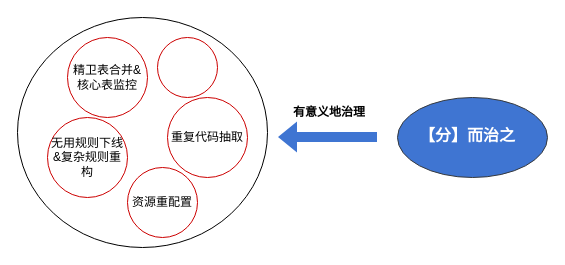
Above: pl治理.drawio in mineminemine123/work-wiki (draw.io), before the change. Source tidied: cells renumbered, new cells numbered last; positions are measured from the earlier drawing's top-left corner, leaving out a move shared by most shapes. Both pictures are drawn from the tidied source at 100%, with x=0, y=0 at pixel (17, 17).
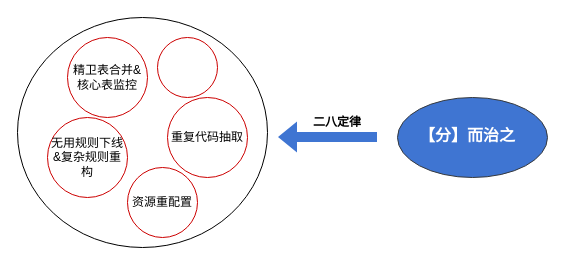
Above is the later version.

What changed in the source:
```diff
@@
 <mxGraphModel>
   <root>
     <mxCell id="0" />
     <mxCell id="1" parent="0" />
     <mxCell id="2" style="shape=flexArrow;endArrow=classic;html=1;rounded=0;strokeColor=none;fillColor=#3F75D2;" parent="1" edge="1">
       <mxGeometry relative="1" as="geometry">
         <mxPoint x="360" y="119.5" as="sourcePoint" />
         <mxPoint x="260" y="119.5" as="targetPoint" />
       </mxGeometry>
     </mxCell>
     <mxCell id="3" style="ellipse;whiteSpace=wrap;html=1;strokeColor=#36393d;fillColor=light-dark(#3F75D2,#2B82DA);" parent="1" vertex="1">
       <mxGeometry x="380" y="80" width="150" height="80" as="geometry" />
     </mxCell>
     <mxCell id="4" value="&lt;font style=&quot;color: rgb(255, 255, 255); font-size: 16px;&quot;&gt;&lt;b&gt;【分】而治之&lt;/b&gt;&lt;/font&gt;" style="text;html=1;align=center;verticalAlign=middle;whiteSpace=wrap;rounded=0;" parent="1" vertex="1">
       <mxGeometry x="400" y="100" width="100" height="35" as="geometry" />
     </mxCell>
     <mxCell id="5" style="ellipse;whiteSpace=wrap;html=1;" parent="1" vertex="1">
       <mxGeometry width="250" height="230" as="geometry" />
     </mxCell>
     <mxCell id="6" value="&lt;div&gt;&lt;div class=&quot;old-record-id-XWXkdjbSToSbAaxWngFc1ZIonQe&quot;&gt;精卫表合并&amp;amp;核心表监控&lt;/div&gt;&lt;/div&gt;&lt;span class=&quot;lark-record-clipboard&quot; data-lark-record-data=&quot;{&amp;quot;rootId&amp;quot;:&amp;quot;ChRIdA0hZobBU5xymgpcbbGHnzd&amp;quot;,&amp;quot;text&amp;quot;:{&amp;quot;initialAttributedTexts&amp;quot;:{&amp;quot;text&amp;quot;:{&amp;quot;0&amp;quot;:&amp;quot;精卫表合并&amp;amp;核心表监控&amp;quot;},&amp;quot;attribs&amp;quot;:{&amp;quot;0&amp;quot;:&amp;quot;*0+b&amp;quot;}},&amp;quot;apool&amp;quot;:{&amp;quot;numToAttrib&amp;quot;:{&amp;quot;0&amp;quot;:[&amp;quot;author&amp;quot;,&amp;quot;6789052697665437964&amp;quot;]},&amp;quot;nextNum&amp;quot;:1}},&amp;quot;type&amp;quot;:&amp;quot;text&amp;quot;,&amp;quot;referenceRecordMap&amp;quot;:{},&amp;quot;extra&amp;quot;:{&amp;quot;channel&amp;quot;:&amp;quot;saas&amp;quot;,&amp;quot;pasteRandomId&amp;quot;:&amp;quot;1d12fe56-909d-4299-86d8-354a4d4ec832&amp;quot;,&amp;quot;mention_page_title&amp;quot;:{},&amp;quot;external_mention_url&amp;quot;:{}},&amp;quot;isKeepQuoteContainer&amp;quot;:false,&amp;quot;isFromCode&amp;quot;:false,&amp;quot;selection&amp;quot;:[{&amp;quot;id&amp;quot;:256,&amp;quot;type&amp;quot;:&amp;quot;text&amp;quot;,&amp;quot;selection&amp;quot;:{&amp;quot;start&amp;quot;:0,&amp;quot;end&amp;quot;:11},&amp;quot;recordId&amp;quot;:&amp;quot;XWXkdjbSToSbAaxWngFc1ZIonQe&amp;quot;}],&amp;quot;payloadMap&amp;quot;:{},&amp;quot;isCut&amp;quot;:false}&quot;&gt;&lt;/span&gt;" style="ellipse;whiteSpace=wrap;html=1;strokeColor=#CC0000;" parent="1" vertex="1">
       <mxGeometry x="50" y="20" width="80" height="80" as="geometry" />
     </mxCell>
     <mxCell id="7" value="&lt;div&gt;&lt;div class=&quot;old-record-id-XWXkdjbSToSbAaxWngFc1ZIonQe&quot;&gt;&lt;div&gt;&lt;div class=&quot;old-record-id-XWXkdjbSToSbAaxWngFc1ZIonQe&quot;&gt;无用规则下线&amp;amp;复杂规则重构&lt;/div&gt;&lt;/div&gt;&lt;span class=&quot;lark-record-clipboard&quot; data-lark-record-data=&quot;{&amp;quot;rootId&amp;quot;:&amp;quot;ChRIdA0hZobBU5xymgpcbbGHnzd&amp;quot;,&amp;quot;text&amp;quot;:{&amp;quot;initialAttributedTexts&amp;quot;:{&amp;quot;text&amp;quot;:{&amp;quot;0&amp;quot;:&amp;quot;无用规则下线&amp;amp;复杂规则重构&amp;quot;},&amp;quot;attribs&amp;quot;:{&amp;quot;0&amp;quot;:&amp;quot;*0+d&amp;quot;}},&amp;quot;apool&amp;quot;:{&amp;quot;numToAttrib&amp;quot;:{&amp;quot;0&amp;quot;:[&amp;quot;author&amp;quot;,&amp;quot;6789052697665437964&amp;quot;]},&amp;quot;nextNum&amp;quot;:1}},&amp;quot;type&amp;quot;:&amp;quot;text&amp;quot;,&amp;quot;referenceRecordMap&amp;quot;:{},&amp;quot;extra&amp;quot;:{&amp;quot;channel&amp;quot;:&amp;quot;saas&amp;quot;,&amp;quot;pasteRandomId&amp;quot;:&amp;quot;5cdd5dfd-b43b-46cd-955d-e5122e08f436&amp;quot;,&amp;quot;mention_page_title&amp;quot;:{},&amp;quot;external_mention_url&amp;quot;:{}},&amp;quot;isKeepQuoteContainer&amp;quot;:false,&amp;quot;isFromCode&amp;quot;:false,&amp;quot;selection&amp;quot;:[{&amp;quot;id&amp;quot;:256,&amp;quot;type&amp;quot;:&amp;quot;text&amp;quot;,&amp;quot;selection&amp;quot;:{&amp;quot;start&amp;quot;:14,&amp;quot;end&amp;quot;:27},&amp;quot;recordId&amp;quot;:&amp;quot;XWXkdjbSToSbAaxWngFc1ZIonQe&amp;quot;}],&amp;quot;payloadMap&amp;quot;:{},&amp;quot;isCut&amp;quot;:false}&quot;&gt;&lt;/span&gt;&lt;/div&gt;&lt;/div&gt;&lt;span class=&quot;lark-record-clipboard&quot; data-lark-record-data=&quot;{&amp;quot;rootId&amp;quot;:&amp;quot;ChRIdA0hZobBU5xymgpcbbGHnzd&amp;quot;,&amp;quot;text&amp;quot;:{&amp;quot;initialAttributedTexts&amp;quot;:{&amp;quot;text&amp;quot;:{&amp;quot;0&amp;quot;:&amp;quot;精卫表合并&amp;amp;核心表监控&amp;quot;},&amp;quot;attribs&amp;quot;:{&amp;quot;0&amp;quot;:&amp;quot;*0+b&amp;quot;}},&amp;quot;apool&amp;quot;:{&amp;quot;numToAttrib&amp;quot;:{&amp;quot;0&amp;quot;:[&amp;quot;author&amp;quot;,&amp;quot;6789052697665437964&amp;quot;]},&amp;quot;nextNum&amp;quot;:1}},&amp;quot;type&amp;quot;:&amp;quot;text&amp;quot;,&amp;quot;referenceRecordMap&amp;quot;:{},&amp;quot;extra&amp;quot;:{&amp;quot;channel&amp;quot;:&amp;quot;saas&amp;quot;,&amp;quot;pasteRandomId&amp;quot;:&amp;quot;1d12fe56-909d-4299-86d8-354a4d4ec832&amp;quot;,&amp;quot;mention_page_title&amp;quot;:{},&amp;quot;external_mention_url&amp;quot;:{}},&amp;quot;isKeepQuoteContainer&amp;quot;:false,&amp;quot;isFromCode&amp;quot;:false,&amp;quot;selection&amp;quot;:[{&amp;quot;id&amp;quot;:256,&amp;quot;type&amp;quot;:&amp;quot;text&amp;quot;,&amp;quot;selection&amp;quot;:{&amp;quot;start&amp;quot;:0,&amp;quot;end&amp;quot;:11},&amp;quot;recordId&amp;quot;:&amp;quot;XWXkdjbSToSbAaxWngFc1ZIonQe&amp;quot;}],&amp;quot;payloadMap&amp;quot;:{},&amp;quot;isCut&amp;quot;:false}&quot;&gt;&lt;/span&gt;" style="ellipse;whiteSpace=wrap;html=1;strokeColor=#CC0000;" parent="1" vertex="1">
       <mxGeometry x="30" y="100" width="80" height="80" as="geometry" />
     </mxCell>
     <mxCell id="8" value="&lt;div&gt;&lt;div class=&quot;old-record-id-XWXkdjbSToSbAaxWngFc1ZIonQe&quot;&gt;&lt;div&gt;&lt;div class=&quot;old-record-id-XWXkdjbSToSbAaxWngFc1ZIonQe&quot;&gt;&lt;div&gt;&lt;div class=&quot;old-record-id-XWXkdjbSToSbAaxWngFc1ZIonQe&quot;&gt;重复代码抽取&lt;/div&gt;&lt;/div&gt;&lt;span class=&quot;lark-record-clipboard&quot; data-lark-record-data=&quot;{&amp;quot;rootId&amp;quot;:&amp;quot;ChRIdA0hZobBU5xymgpcbbGHnzd&amp;quot;,&amp;quot;text&amp;quot;:{&amp;quot;initialAttributedTexts&amp;quot;:{&amp;quot;text&amp;quot;:{&amp;quot;0&amp;quot;:&amp;quot;复用代码抽取&amp;quot;},&amp;quot;attribs&amp;quot;:{&amp;quot;0&amp;quot;:&amp;quot;*0+6&amp;quot;}},&amp;quot;apool&amp;quot;:{&amp;quot;numToAttrib&amp;quot;:{&amp;quot;0&amp;quot;:[&amp;quot;author&amp;quot;,&amp;quot;6789052697665437964&amp;quot;]},&amp;quot;nextNum&amp;quot;:1}},&amp;quot;type&amp;quot;:&amp;quot;text&amp;quot;,&amp;quot;referenceRecordMap&amp;quot;:{},&amp;quot;extra&amp;quot;:{&amp;quot;channel&amp;quot;:&amp;quot;saas&amp;quot;,&amp;quot;pasteRandomId&amp;quot;:&amp;quot;e9fa6218-35b4-4a9d-a9d8-3d668199a75c&amp;quot;,&amp;quot;mention_page_title&amp;quot;:{},&amp;quot;external_mention_url&amp;quot;:{}},&amp;quot;isKeepQuoteContainer&amp;quot;:false,&amp;quot;isFromCode&amp;quot;:false,&amp;quot;selection&amp;quot;:[{&amp;quot;id&amp;quot;:256,&amp;quot;type&amp;quot;:&amp;quot;text&amp;quot;,&amp;quot;selection&amp;quot;:{&amp;quot;start&amp;quot;:30,&amp;quot;end&amp;quot;:36},&amp;quot;recordId&amp;quot;:&amp;quot;XWXkdjbSToSbAaxWngFc1ZIonQe&amp;quot;}],&amp;quot;payloadMap&amp;quot;:{},&amp;quot;isCut&amp;quot;:false}&quot;&gt;&lt;/span&gt;&lt;/div&gt;&lt;/div&gt;&lt;span class=&quot;lark-record-clipboard&quot; data-lark-record-data=&quot;{&amp;quot;rootId&amp;quot;:&amp;quot;ChRIdA0hZobBU5xymgpcbbGHnzd&amp;quot;,&amp;quot;text&amp;quot;:{&amp;quot;initialAttributedTexts&amp;quot;:{&amp;quot;text&amp;quot;:{&amp;quot;0&amp;quot;:&amp;quot;无用规则下线&amp;amp;复杂规则重构&amp;quot;},&amp;quot;attribs&amp;quot;:{&amp;quot;0&amp;quot;:&amp;quot;*0+d&amp;quot;}},&amp;quot;apool&amp;quot;:{&amp;quot;numToAttrib&amp;quot;:{&amp;quot;0&amp;quot;:[&amp;quot;author&amp;quot;,&amp;quot;6789052697665437964&amp;quot;]},&amp;quot;nextNum&amp;quot;:1}},&amp;quot;type&amp;quot;:&amp;quot;text&amp;quot;,&amp;quot;referenceRecordMap&amp;quot;:{},&amp;quot;extra&amp;quot;:{&amp;quot;channel&amp;quot;:&amp;quot;saas&amp;quot;,&amp;quot;pasteRandomId&amp;quot;:&amp;quot;5cdd5dfd-b43b-46cd-955d-e5122e08f436&amp;quot;,&amp;quot;mention_page_title&amp;quot;:{},&amp;quot;external_mention_url&amp;quot;:{}},&amp;quot;isKeepQuoteContainer&amp;quot;:false,&amp;quot;isFromCode&amp;quot;:false,&amp;quot;selection&amp;quot;:[{&amp;quot;id&amp;quot;:256,&amp;quot;type&amp;quot;:&amp;quot;text&amp;quot;,&amp;quot;selection&amp;quot;:{&amp;quot;start&amp;quot;:14,&amp;quot;end&amp;quot;:27},&amp;quot;recordId&amp;quot;:&amp;quot;XWXkdjbSToSbAaxWngFc1ZIonQe&amp;quot;}],&amp;quot;payloadMap&amp;quot;:{},&amp;quot;isCut&amp;quot;:false}&quot;&gt;&lt;/span&gt;&lt;/div&gt;&lt;/div&gt;&lt;span class=&quot;lark-record-clipboard&quot; data-lark-record-data=&quot;{&amp;quot;rootId&amp;quot;:&amp;quot;ChRIdA0hZobBU5xymgpcbbGHnzd&amp;quot;,&amp;quot;text&amp;quot;:{&amp;quot;initialAttributedTexts&amp;quot;:{&amp;quot;text&amp;quot;:{&amp;quot;0&amp;quot;:&amp;quot;精卫表合并&amp;amp;核心表监控&amp;quot;},&amp;quot;attribs&amp;quot;:{&amp;quot;0&amp;quot;:&amp;quot;*0+b&amp;quot;}},&amp;quot;apool&amp;quot;:{&amp;quot;numToAttrib&amp;quot;:{&amp;quot;0&amp;quot;:[&amp;quot;author&amp;quot;,&amp;quot;6789052697665437964&amp;quot;]},&amp;quot;nextNum&amp;quot;:1}},&amp;quot;type&amp;quot;:&amp;quot;text&amp;quot;,&amp;quot;referenceRecordMap&amp;quot;:{},&amp;quot;extra&amp;quot;:{&amp;quot;channel&amp;quot;:&amp;quot;saas&amp;quot;,&amp;quot;pasteRandomId&amp;quot;:&amp;quot;1d12fe56-909d-4299-86d8-354a4d4ec832&amp;quot;,&amp;quot;mention_page_title&amp;quot;:{},&amp;quot;external_mention_url&amp;quot;:{}},&amp;quot;isKeepQuoteContainer&amp;quot;:false,&amp;quot;isFromCode&amp;quot;:false,&amp;quot;selection&amp;quot;:[{&amp;quot;id&amp;quot;:256,&amp;quot;type&amp;quot;:&amp;quot;text&amp;quot;,&amp;quot;selection&amp;quot;:{&amp;quot;start&amp;quot;:0,&amp;quot;end&amp;quot;:11},&amp;quot;recordId&amp;quot;:&amp;quot;XWXkdjbSToSbAaxWngFc1ZIonQe&amp;quot;}],&amp;quot;payloadMap&amp;quot;:{},&amp;quot;isCut&amp;quot;:false}&quot;&gt;&lt;/span&gt;" style="ellipse;whiteSpace=wrap;html=1;strokeColor=#CC0000;" parent="1" vertex="1">
       <mxGeometry x="150" y="80" width="80" height="80" as="geometry" />
     </mxCell>
     <mxCell id="9" value="&lt;div&gt;&lt;div class=&quot;old-record-id-XWXkdjbSToSbAaxWngFc1ZIonQe&quot;&gt;&lt;div&gt;&lt;div class=&quot;old-record-id-XWXkdjbSToSbAaxWngFc1ZIonQe&quot;&gt;&lt;div&gt;&lt;div class=&quot;old-record-id-XWXkdjbSToSbAaxWngFc1ZIonQe&quot;&gt;&lt;div&gt;&lt;div class=&quot;old-record-id-XWXkdjbSToSbAaxWngFc1ZIonQe&quot;&gt;资源重配置&lt;/div&gt;&lt;/div&gt;&lt;span class=&quot;lark-record-clipboard&quot; data-lark-record-data=&quot;{&amp;quot;rootId&amp;quot;:&amp;quot;ChRIdA0hZobBU5xymgpcbbGHnzd&amp;quot;,&amp;quot;text&amp;quot;:{&amp;quot;initialAttributedTexts&amp;quot;:{&amp;quot;text&amp;quot;:{&amp;quot;0&amp;quot;:&amp;quot;资源重配置&amp;quot;},&amp;quot;attribs&amp;quot;:{&amp;quot;0&amp;quot;:&amp;quot;*0+5&amp;quot;}},&amp;quot;apool&amp;quot;:{&amp;quot;numToAttrib&amp;quot;:{&amp;quot;0&amp;quot;:[&amp;quot;author&amp;quot;,&amp;quot;6789052697665437964&amp;quot;]},&amp;quot;nextNum&amp;quot;:1}},&amp;quot;type&amp;quot;:&amp;quot;text&amp;quot;,&amp;quot;referenceRecordMap&amp;quot;:{},&amp;quot;extra&amp;quot;:{&amp;quot;channel&amp;quot;:&amp;quot;saas&amp;quot;,&amp;quot;pasteRandomId&amp;quot;:&amp;quot;1291db8a-156d-451d-92f8-595e6074ff26&amp;quot;,&amp;quot;mention_page_title&amp;quot;:{},&amp;quot;external_mention_url&amp;quot;:{}},&amp;quot;isKeepQuoteContainer&amp;quot;:false,&amp;quot;isFromCode&amp;quot;:false,&amp;quot;selection&amp;quot;:[{&amp;quot;id&amp;quot;:256,&amp;quot;type&amp;quot;:&amp;quot;text&amp;quot;,&amp;quot;selection&amp;quot;:{&amp;quot;start&amp;quot;:39,&amp;quot;end&amp;quot;:44},&amp;quot;recordId&amp;quot;:&amp;quot;XWXkdjbSToSbAaxWngFc1ZIonQe&amp;quot;}],&amp;quot;payloadMap&amp;quot;:{},&amp;quot;isCut&amp;quot;:false}&quot;&gt;&lt;/span&gt;&lt;/div&gt;&lt;/div&gt;&lt;span class=&quot;lark-record-clipboard&quot; data-lark-record-data=&quot;{&amp;quot;rootId&amp;quot;:&amp;quot;ChRIdA0hZobBU5xymgpcbbGHnzd&amp;quot;,&amp;quot;text&amp;quot;:{&amp;quot;initialAttributedTexts&amp;quot;:{&amp;quot;text&amp;quot;:{&amp;quot;0&amp;quot;:&amp;quot;复用代码抽取&amp;quot;},&amp;quot;attribs&amp;quot;:{&amp;quot;0&amp;quot;:&amp;quot;*0+6&amp;quot;}},&amp;quot;apool&amp;quot;:{&amp;quot;numToAttrib&amp;quot;:{&amp;quot;0&amp;quot;:[&amp;quot;author&amp;quot;,&amp;quot;6789052697665437964&amp;quot;]},&amp;quot;nextNum&amp;quot;:1}},&amp;quot;type&amp;quot;:&amp;quot;text&amp;quot;,&amp;quot;referenceRecordMap&amp;quot;:{},&amp;quot;extra&amp;quot;:{&amp;quot;channel&amp;quot;:&amp;quot;saas&amp;quot;,&amp;quot;pasteRandomId&amp;quot;:&amp;quot;e9fa6218-35b4-4a9d-a9d8-3d668199a75c&amp;quot;,&amp;quot;mention_page_title&amp;quot;:{},&amp;quot;external_mention_url&amp;quot;:{}},&amp;quot;isKeepQuoteContainer&amp;quot;:false,&amp;quot;isFromCode&amp;quot;:false,&amp;quot;selection&amp;quot;:[{&amp;quot;id&amp;quot;:256,&amp;quot;type&amp;quot;:&amp;quot;text&amp;quot;,&amp;quot;selection&amp;quot;:{&amp;quot;start&amp;quot;:30,&amp;quot;end&amp;quot;:36},&amp;quot;recordId&amp;quot;:&amp;quot;XWXkdjbSToSbAaxWngFc1ZIonQe&amp;quot;}],&amp;quot;payloadMap&amp;quot;:{},&amp;quot;isCut&amp;quot;:false}&quot;&gt;&lt;/span&gt;&lt;/div&gt;&lt;/div&gt;&lt;span class=&quot;lark-record-clipboard&quot; data-lark-record-data=&quot;{&amp;quot;rootId&amp;quot;:&amp;quot;ChRIdA0hZobBU5xymgpcbbGHnzd&amp;quot;,&amp;quot;text&amp;quot;:{&amp;quot;initialAttributedTexts&amp;quot;:{&amp;quot;text&amp;quot;:{&amp;quot;0&amp;quot;:&amp;quot;无用规则下线&amp;amp;复杂规则重构&amp;quot;},&amp;quot;attribs&amp;quot;:{&amp;quot;0&amp;quot;:&amp;quot;*0+d&amp;quot;}},&amp;quot;apool&amp;quot;:{&amp;quot;numToAttrib&amp;quot;:{&amp;quot;0&amp;quot;:[&amp;quot;author&amp;quot;,&amp;quot;6789052697665437964&amp;quot;]},&amp;quot;nextNum&amp;quot;:1}},&amp;quot;type&amp;quot;:&amp;quot;text&amp;quot;,&amp;quot;referenceRecordMap&amp;quot;:{},&amp;quot;extra&amp;quot;:{&amp;quot;channel&amp;quot;:&amp;quot;saas&amp;quot;,&amp;quot;pasteRandomId&amp;quot;:&amp;quot;5cdd5dfd-b43b-46cd-955d-e5122e08f436&amp;quot;,&amp;quot;mention_page_title&amp;quot;:{},&amp;quot;external_mention_url&amp;quot;:{}},&amp;quot;isKeepQuoteContainer&amp;quot;:false,&amp;quot;isFromCode&amp;quot;:false,&amp;quot;selection&amp;quot;:[{&amp;quot;id&amp;quot;:256,&amp;quot;type&amp;quot;:&amp;quot;text&amp;quot;,&amp;quot;selection&amp;quot;:{&amp;quot;start&amp;quot;:14,&amp;quot;end&amp;quot;:27},&amp;quot;recordId&amp;quot;:&amp;quot;XWXkdjbSToSbAaxWngFc1ZIonQe&amp;quot;}],&amp;quot;payloadMap&amp;quot;:{},&amp;quot;isCut&amp;quot;:false}&quot;&gt;&lt;/span&gt;&lt;/div&gt;&lt;/div&gt;&lt;span class=&quot;lark-record-clipboard&quot; data-lark-record-data=&quot;{&amp;quot;rootId&amp;quot;:&amp;quot;ChRIdA0hZobBU5xymgpcbbGHnzd&amp;quot;,&amp;quot;text&amp;quot;:{&amp;quot;initialAttributedTexts&amp;quot;:{&amp;quot;text&amp;quot;:{&amp;quot;0&amp;quot;:&amp;quot;精卫表合并&amp;amp;核心表监控&amp;quot;},&amp;quot;attribs&amp;quot;:{&amp;quot;0&amp;quot;:&amp;quot;*0+b&amp;quot;}},&amp;quot;apool&amp;quot;:{&amp;quot;numToAttrib&amp;quot;:{&amp;quot;0&amp;quot;:[&amp;quot;author&amp;quot;,&amp;quot;6789052697665437964&amp;quot;]},&amp;quot;nextNum&amp;quot;:1}},&amp;quot;type&amp;quot;:&amp;quot;text&amp;quot;,&amp;quot;referenceRecordMap&amp;quot;:{},&amp;quot;extra&amp;quot;:{&amp;quot;channel&amp;quot;:&amp;quot;saas&amp;quot;,&amp;quot;pasteRandomId&amp;quot;:&amp;quot;1d12fe56-909d-4299-86d8-354a4d4ec832&amp;quot;,&amp;quot;mention_page_title&amp;quot;:{},&amp;quot;external_mention_url&amp;quot;:{}},&amp;quot;isKeepQuoteContainer&amp;quot;:false,&amp;quot;isFromCode&amp;quot;:false,&amp;quot;selection&amp;quot;:[{&amp;quot;id&amp;quot;:256,&amp;quot;type&amp;quot;:&amp;quot;text&amp;quot;,&amp;quot;selection&amp;quot;:{&amp;quot;start&amp;quot;:0,&amp;quot;end&amp;quot;:11},&amp;quot;recordId&amp;quot;:&amp;quot;XWXkdjbSToSbAaxWngFc1ZIonQe&amp;quot;}],&amp;quot;payloadMap&amp;quot;:{},&amp;quot;isCut&amp;quot;:false}&quot;&gt;&lt;/span&gt;" style="ellipse;whiteSpace=wrap;html=1;strokeColor=#CC0000;" parent="1" vertex="1">
       <mxGeometry x="110" y="150" width="70" height="70" as="geometry" />
     </mxCell>
     <mxCell id="10" value="&lt;div&gt;&lt;div class=&quot;old-record-id-XWXkdjbSToSbAaxWngFc1ZIonQe&quot;&gt;&lt;div&gt;&lt;div class=&quot;old-record-id-XWXkdjbSToSbAaxWngFc1ZIonQe&quot;&gt;&lt;div&gt;&lt;div class=&quot;old-record-id-XWXkdjbSToSbAaxWngFc1ZIonQe&quot;&gt;&lt;div&gt;&lt;div class=&quot;old-record-id-XWXkdjbSToSbAaxWngFc1ZIonQe&quot;&gt;&lt;br&gt;&lt;/div&gt;&lt;/div&gt;&lt;span class=&quot;lark-record-clipboard&quot; data-lark-record-data=&quot;{&amp;quot;rootId&amp;quot;:&amp;quot;ChRIdA0hZobBU5xymgpcbbGHnzd&amp;quot;,&amp;quot;text&amp;quot;:{&amp;quot;initialAttributedTexts&amp;quot;:{&amp;quot;text&amp;quot;:{&amp;quot;0&amp;quot;:&amp;quot;资源重配置&amp;quot;},&amp;quot;attribs&amp;quot;:{&amp;quot;0&amp;quot;:&amp;quot;*0+5&amp;quot;}},&amp;quot;apool&amp;quot;:{&amp;quot;numToAttrib&amp;quot;:{&amp;quot;0&amp;quot;:[&amp;quot;author&amp;quot;,&amp;quot;6789052697665437964&amp;quot;]},&amp;quot;nextNum&amp;quot;:1}},&amp;quot;type&amp;quot;:&amp;quot;text&amp;quot;,&amp;quot;referenceRecordMap&amp;quot;:{},&amp;quot;extra&amp;quot;:{&amp;quot;channel&amp;quot;:&amp;quot;saas&amp;quot;,&amp;quot;pasteRandomId&amp;quot;:&amp;quot;1291db8a-156d-451d-92f8-595e6074ff26&amp;quot;,&amp;quot;mention_page_title&amp;quot;:{},&amp;quot;external_mention_url&amp;quot;:{}},&amp;quot;isKeepQuoteContainer&amp;quot;:false,&amp;quot;isFromCode&amp;quot;:false,&amp;quot;selection&amp;quot;:[{&amp;quot;id&amp;quot;:256,&amp;quot;type&amp;quot;:&amp;quot;text&amp;quot;,&amp;quot;selection&amp;quot;:{&amp;quot;start&amp;quot;:39,&amp;quot;end&amp;quot;:44},&amp;quot;recordId&amp;quot;:&amp;quot;XWXkdjbSToSbAaxWngFc1ZIonQe&amp;quot;}],&amp;quot;payloadMap&amp;quot;:{},&amp;quot;isCut&amp;quot;:false}&quot;&gt;&lt;/span&gt;&lt;/div&gt;&lt;/div&gt;&lt;span class=&quot;lark-record-clipboard&quot; data-lark-record-data=&quot;{&amp;quot;rootId&amp;quot;:&amp;quot;ChRIdA0hZobBU5xymgpcbbGHnzd&amp;quot;,&amp;quot;text&amp;quot;:{&amp;quot;initialAttributedTexts&amp;quot;:{&amp;quot;text&amp;quot;:{&amp;quot;0&amp;quot;:&amp;quot;复用代码抽取&amp;quot;},&amp;quot;attribs&amp;quot;:{&amp;quot;0&amp;quot;:&amp;quot;*0+6&amp;quot;}},&amp;quot;apool&amp;quot;:{&amp;quot;numToAttrib&amp;quot;:{&amp;quot;0&amp;quot;:[&amp;quot;author&amp;quot;,&amp;quot;6789052697665437964&amp;quot;]},&amp;quot;nextNum&amp;quot;:1}},&amp;quot;type&amp;quot;:&amp;quot;text&amp;quot;,&amp;quot;referenceRecordMap&amp;quot;:{},&amp;quot;extra&amp;quot;:{&amp;quot;channel&amp;quot;:&amp;quot;saas&amp;quot;,&amp;quot;pasteRandomId&amp;quot;:&amp;quot;e9fa6218-35b4-4a9d-a9d8-3d668199a75c&amp;quot;,&amp;quot;mention_page_title&amp;quot;:{},&amp;quot;external_mention_url&amp;quot;:{}},&amp;quot;isKeepQuoteContainer&amp;quot;:false,&amp;quot;isFromCode&amp;quot;:false,&amp;quot;selection&amp;quot;:[{&amp;quot;id&amp;quot;:256,&amp;quot;type&amp;quot;:&amp;quot;text&amp;quot;,&amp;quot;selection&amp;quot;:{&amp;quot;start&amp;quot;:30,&amp;quot;end&amp;quot;:36},&amp;quot;recordId&amp;quot;:&amp;quot;XWXkdjbSToSbAaxWngFc1ZIonQe&amp;quot;}],&amp;quot;payloadMap&amp;quot;:{},&amp;quot;isCut&amp;quot;:false}&quot;&gt;&lt;/span&gt;&lt;/div&gt;&lt;/div&gt;&lt;span class=&quot;lark-record-clipboard&quot; data-lark-record-data=&quot;{&amp;quot;rootId&amp;quot;:&amp;quot;ChRIdA0hZobBU5xymgpcbbGHnzd&amp;quot;,&amp;quot;text&amp;quot;:{&amp;quot;initialAttributedTexts&amp;quot;:{&amp;quot;text&amp;quot;:{&amp;quot;0&amp;quot;:&amp;quot;无用规则下线&amp;amp;复杂规则重构&amp;quot;},&amp;quot;attribs&amp;quot;:{&amp;quot;0&amp;quot;:&amp;quot;*0+d&amp;quot;}},&amp;quot;apool&amp;quot;:{&amp;quot;numToAttrib&amp;quot;:{&amp;quot;0&amp;quot;:[&amp;quot;author&amp;quot;,&amp;quot;6789052697665437964&amp;quot;]},&amp;quot;nextNum&amp;quot;:1}},&amp;quot;type&amp;quot;:&amp;quot;text&amp;quot;,&amp;quot;referenceRecordMap&amp;quot;:{},&amp;quot;extra&amp;quot;:{&amp;quot;channel&amp;quot;:&amp;quot;saas&amp;quot;,&amp;quot;pasteRandomId&amp;quot;:&amp;quot;5cdd5dfd-b43b-46cd-955d-e5122e08f436&amp;quot;,&amp;quot;mention_page_title&amp;quot;:{},&amp;quot;external_mention_url&amp;quot;:{}},&amp;quot;isKeepQuoteContainer&amp;quot;:false,&amp;quot;isFromCode&amp;quot;:false,&amp;quot;selection&amp;quot;:[{&amp;quot;id&amp;quot;:256,&amp;quot;type&amp;quot;:&amp;quot;text&amp;quot;,&amp;quot;selection&amp;quot;:{&amp;quot;start&amp;quot;:14,&amp;quot;end&amp;quot;:27},&amp;quot;recordId&amp;quot;:&amp;quot;XWXkdjbSToSbAaxWngFc1ZIonQe&amp;quot;}],&amp;quot;payloadMap&amp;quot;:{},&amp;quot;isCut&amp;quot;:false}&quot;&gt;&lt;/span&gt;&lt;/div&gt;&lt;/div&gt;&lt;span class=&quot;lark-record-clipboard&quot; data-lark-record-data=&quot;{&amp;quot;rootId&amp;quot;:&amp;quot;ChRIdA0hZobBU5xymgpcbbGHnzd&amp;quot;,&amp;quot;text&amp;quot;:{&amp;quot;initialAttributedTexts&amp;quot;:{&amp;quot;text&amp;quot;:{&amp;quot;0&amp;quot;:&amp;quot;精卫表合并&amp;amp;核心表监控&amp;quot;},&amp;quot;attribs&amp;quot;:{&amp;quot;0&amp;quot;:&amp;quot;*0+b&amp;quot;}},&amp;quot;apool&amp;quot;:{&amp;quot;numToAttrib&amp;quot;:{&amp;quot;0&amp;quot;:[&amp;quot;author&amp;quot;,&amp;quot;6789052697665437964&amp;quot;]},&amp;quot;nextNum&amp;quot;:1}},&amp;quot;type&amp;quot;:&amp;quot;text&amp;quot;,&amp;quot;referenceRecordMap&amp;quot;:{},&amp;quot;extra&amp;quot;:{&amp;quot;channel&amp;quot;:&amp;quot;saas&amp;quot;,&amp;quot;pasteRandomId&amp;quot;:&amp;quot;1d12fe56-909d-4299-86d8-354a4d4ec832&amp;quot;,&amp;quot;mention_page_title&amp;quot;:{},&amp;quot;external_mention_url&amp;quot;:{}},&amp;quot;isKeepQuoteContainer&amp;quot;:false,&amp;quot;isFromCode&amp;quot;:false,&amp;quot;selection&amp;quot;:[{&amp;quot;id&amp;quot;:256,&amp;quot;type&amp;quot;:&amp;quot;text&amp;quot;,&amp;quot;selection&amp;quot;:{&amp;quot;start&amp;quot;:0,&amp;quot;end&amp;quot;:11},&amp;quot;recordId&amp;quot;:&amp;quot;XWXkdjbSToSbAaxWngFc1ZIonQe&amp;quot;}],&amp;quot;payloadMap&amp;quot;:{},&amp;quot;isCut&amp;quot;:false}&quot;&gt;&lt;/span&gt;" style="ellipse;whiteSpace=wrap;html=1;strokeColor=#CC0000;" parent="1" vertex="1">
       <mxGeometry x="140" y="20" width="60" height="60" as="geometry" />
     </mxCell>
-    <mxCell id="11" value="&lt;b&gt;有意义地治理&lt;/b&gt;" style="text;strokeColor=none;fillColor=none;align=left;verticalAlign=middle;spacingLeft=4;spacingRight=4;overflow=hidden;whiteSpace=wrap;html=1;" parent="1" vertex="1">
-      <mxGeometry x="270" y="80" width="110" height="30" as="geometry" />
+    <mxCell id="11" value="&lt;b&gt;二八定律&lt;/b&gt;" style="text;strokeColor=none;fillColor=none;align=left;verticalAlign=middle;spacingLeft=4;spacingRight=4;overflow=hidden;whiteSpace=wrap;html=1;" parent="1" vertex="1">
+      <mxGeometry x="290" y="90" width="110" height="30" as="geometry" />
     </mxCell>
   </root>
 </mxGraphModel>
```
